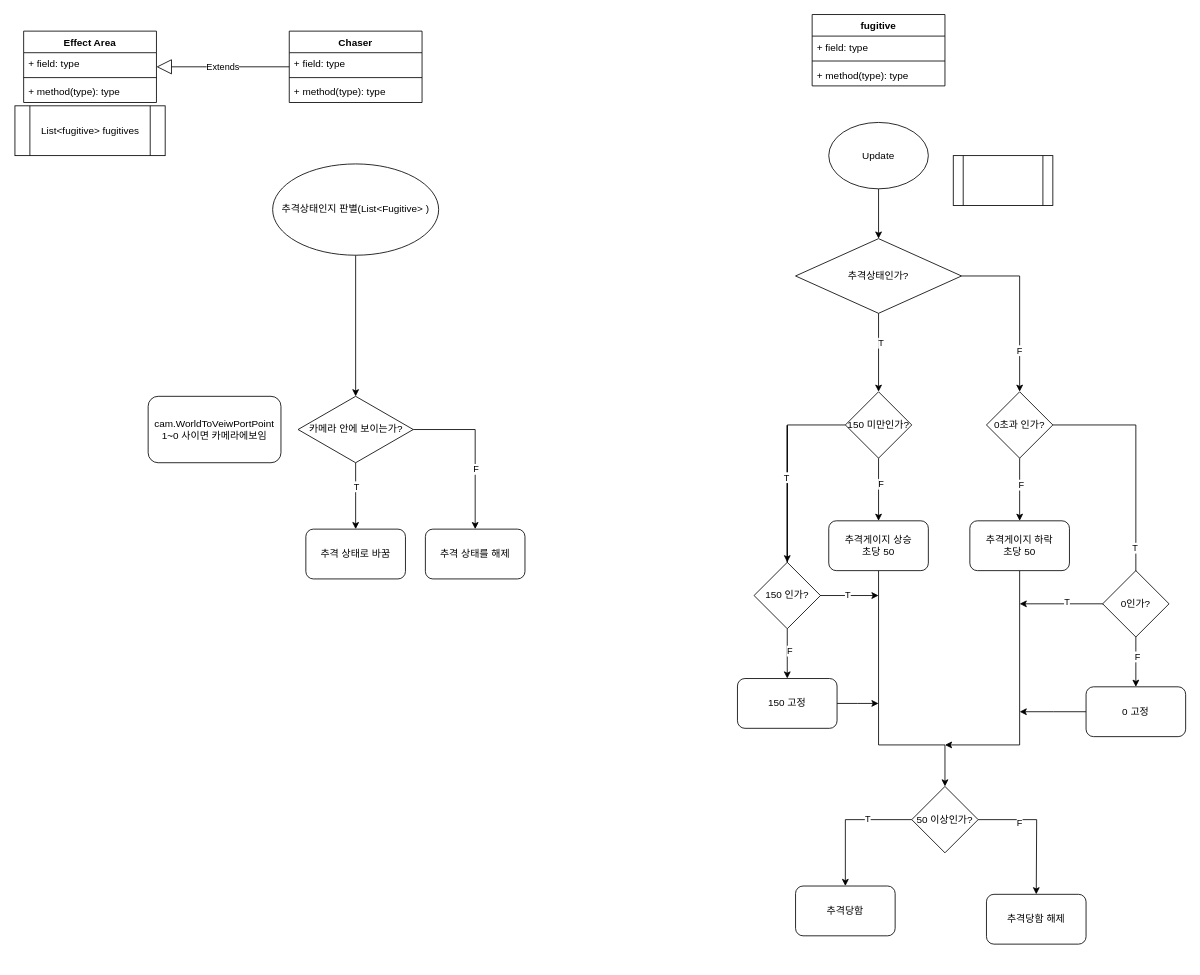
Before: Docs/FlowChart/추격.drawio in qbzjs/2D-3D-, a draw.io diagram. Source tidied: cells renumbered, new cells numbered last; positions are measured from the earlier drawing's top-left corner, leaving out a move shared by most shapes. Both pictures are drawn from the tidied source at 83%, with x=0, y=0 at pixel (15, 14).
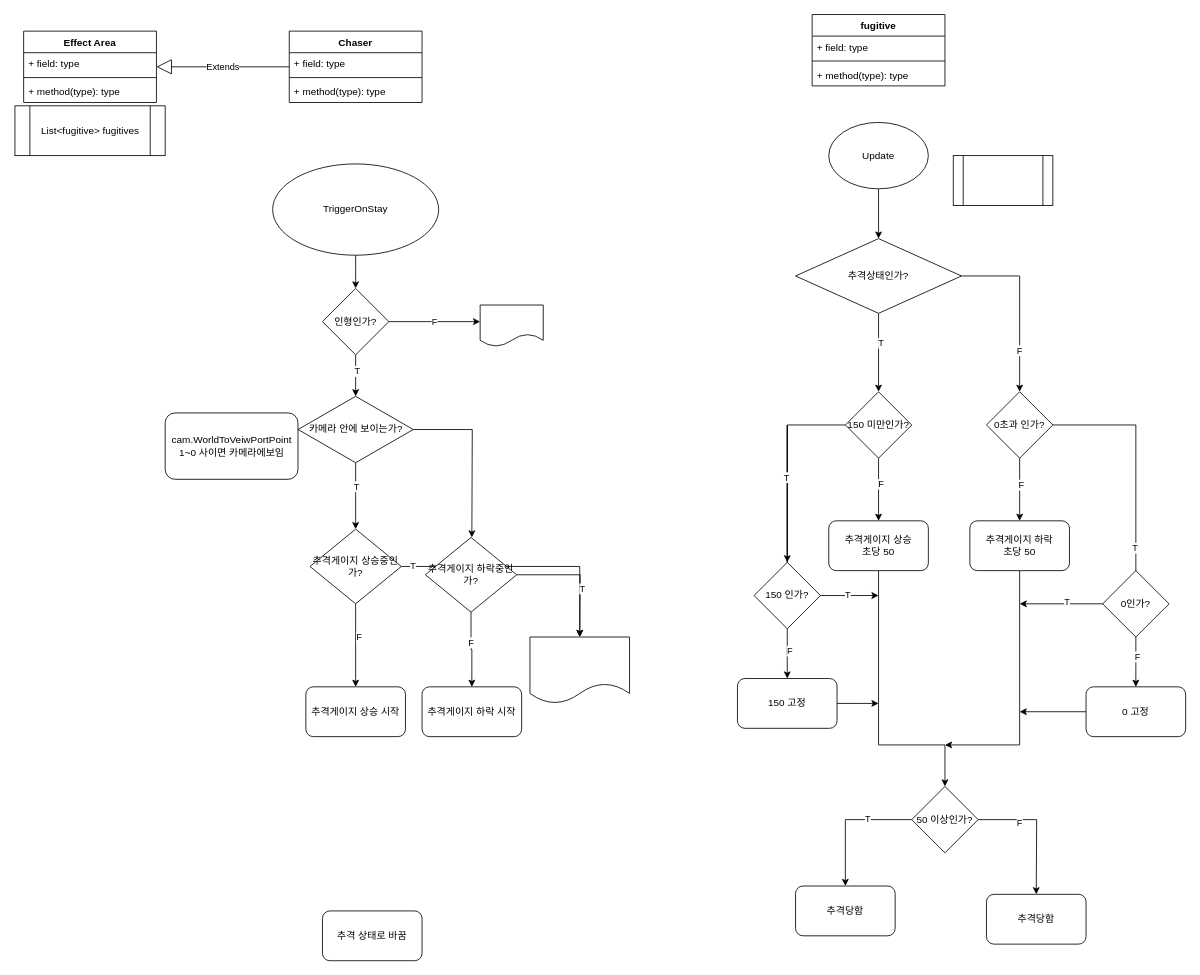
The same page after the edit.

The change refers to these unchanged cells:
```xml
<mxCell id="16" value="카메라 안에 보이는가?" style="rhombus;whiteSpace=wrap;html=1;" parent="1" vertex="1">
  <mxGeometry x="340.6" y="460" width="138.8" height="80" as="geometry" />
</mxCell>
```

The edit, as a diff of the source:
```diff
@@
-    <mxCell id="10" style="edgeStyle=orthogonalEdgeStyle;rounded=0;jettySize=auto;html=1;" parent="1" edge="1" source="11" target="16">
-      <mxGeometry relative="1" as="geometry" />
-    </mxCell>
+    <mxCell id="68" style="edgeStyle=orthogonalEdgeStyle;rounded=0;jettySize=auto;html=1;" parent="1" edge="1" source="11">
+      <mxGeometry relative="1" as="geometry">
+        <mxPoint x="410" y="330" as="targetPoint" />
+      </mxGeometry>
+    </mxCell>
-    <mxCell id="11" value="추격상태인지 판별(List&amp;lt;Fugitive&amp;gt; )" style="ellipse;whiteSpace=wrap;html=1;" parent="1" vertex="1">
+    <mxCell id="11" value="TriggerOnStay" style="ellipse;whiteSpace=wrap;html=1;" parent="1" vertex="1">
       <mxGeometry x="310" y="180" width="200" height="110" as="geometry" />
     </mxCell>
@@
-    <mxCell id="14" style="edgeStyle=orthogonalEdgeStyle;rounded=0;jettySize=auto;html=1;" parent="1" edge="1" source="16" target="18">
-      <mxGeometry relative="1" as="geometry" />
-    </mxCell>
-    <mxCell id="15" value="F" style="edgeLabel;html=1;align=center;verticalAlign=middle;" parent="14" vertex="1">
-      <mxGeometry x="0.25" relative="1" as="geometry" />
-    </mxCell>
+    <mxCell id="69" style="edgeStyle=orthogonalEdgeStyle;rounded=0;jettySize=auto;html=1;" parent="1" edge="1" source="16">
+      <mxGeometry relative="1" as="geometry">
+        <mxPoint x="550" y="630" as="targetPoint" />
+      </mxGeometry>
+    </mxCell>
@@
     <mxCell id="17" value="추격 상태로 바꿈" style="rounded=1;whiteSpace=wrap;html=1;" parent="1" vertex="1">
-      <mxGeometry x="350" y="620" width="120" height="60" as="geometry" />
+      <mxGeometry x="370" y="1080" width="120" height="60" as="geometry" />
     </mxCell>
-    <mxCell id="18" value="추격 상태를 해제" style="rounded=1;whiteSpace=wrap;html=1;" parent="1" vertex="1">
-      <mxGeometry x="494" y="620" width="120" height="60" as="geometry" />
+    <mxCell id="18" value="추격게이지 하락 시작" style="rounded=1;whiteSpace=wrap;html=1;" parent="1" vertex="1">
+      <mxGeometry x="490" y="810" width="120" height="60" as="geometry" />
     </mxCell>
@@
     <mxCell id="27" value="cam.WorldToVeiwPortPoint&lt;br&gt;1~0 사이면 카메라에보임" style="rounded=1;whiteSpace=wrap;html=1;" parent="1" vertex="1">
-      <mxGeometry x="160" y="460" width="160" height="80" as="geometry" />
+      <mxGeometry x="180.5" y="480" width="160" height="80" as="geometry" />
     </mxCell>
@@
-    <mxCell id="67" value="추격당함 해제" style="rounded=1;whiteSpace=wrap;html=1;" parent="1" vertex="1">
+    <mxCell id="67" value="추격당함" style="rounded=1;whiteSpace=wrap;html=1;" parent="1" vertex="1">
       <mxGeometry x="1170" y="1060" width="120" height="60" as="geometry" />
     </mxCell>
+    <mxCell id="70" value="추격게이지 상승 시작" style="rounded=1;whiteSpace=wrap;html=1;" parent="1" vertex="1">
+      <mxGeometry x="350" y="810" width="120" height="60" as="geometry" />
+    </mxCell>
+    <mxCell id="71" value="F" style="edgeStyle=orthogonalEdgeStyle;rounded=0;jettySize=auto;html=1;" parent="1" edge="1" source="74">
+      <mxGeometry relative="1" as="geometry">
+        <mxPoint x="560" y="370" as="targetPoint" />
+      </mxGeometry>
+    </mxCell>
+    <mxCell id="72" style="edgeStyle=orthogonalEdgeStyle;rounded=0;jettySize=auto;html=1;" parent="1" edge="1" source="74" target="16">
+      <mxGeometry relative="1" as="geometry" />
+    </mxCell>
+    <mxCell id="73" value="T" style="edgeLabel;html=1;align=center;verticalAlign=middle;" parent="72" vertex="1">
+      <mxGeometry x="-0.23" y="1" relative="1" as="geometry" />
+    </mxCell>
+    <mxCell id="74" value="인형인가?" style="rhombus;whiteSpace=wrap;html=1;" parent="1" vertex="1">
+      <mxGeometry x="370" y="330" width="80" height="80" as="geometry" />
+    </mxCell>
+    <mxCell id="75" style="shape=document;whiteSpace=wrap;html=1;boundedLbl=1;" parent="1" vertex="1">
+      <mxGeometry x="560" y="350" width="76" height="50" as="geometry" />
+    </mxCell>
+    <mxCell id="76" style="edgeStyle=orthogonalEdgeStyle;rounded=0;jettySize=auto;html=1;entryX=0.5;entryY=0;entryDx=0;entryDy=0;" parent="1" edge="1" source="80" target="70">
+      <mxGeometry relative="1" as="geometry" />
+    </mxCell>
+    <mxCell id="77" value="F" style="edgeLabel;html=1;align=center;verticalAlign=middle;" parent="76" vertex="1">
+      <mxGeometry x="-0.23" y="3" relative="1" as="geometry" />
+    </mxCell>
+    <mxCell id="78" style="edgeStyle=orthogonalEdgeStyle;rounded=0;jettySize=auto;html=1;entryX=0.5;entryY=0;entryDx=0;entryDy=0;" parent="1" edge="1" source="80" target="86">
+      <mxGeometry relative="1" as="geometry" />
+    </mxCell>
+    <mxCell id="79" value="T" style="edgeLabel;html=1;align=center;verticalAlign=middle;" parent="78" vertex="1">
+      <mxGeometry x="-0.91" y="2" relative="1" as="geometry" />
+    </mxCell>
+    <mxCell id="80" value="추격게이지 상승중인가?" style="rhombus;whiteSpace=wrap;html=1;" parent="1" vertex="1">
+      <mxGeometry x="355" y="620" width="110" height="90" as="geometry" />
+    </mxCell>
+    <mxCell id="81" style="edgeStyle=orthogonalEdgeStyle;rounded=0;jettySize=auto;html=1;" parent="1" edge="1" source="85" target="18">
+      <mxGeometry relative="1" as="geometry" />
+    </mxCell>
+    <mxCell id="82" value="F" style="edgeLabel;html=1;align=center;verticalAlign=middle;" parent="81" vertex="1">
+      <mxGeometry x="-0.21" y="-1" relative="1" as="geometry" />
+    </mxCell>
+    <mxCell id="83" style="edgeStyle=orthogonalEdgeStyle;rounded=0;jettySize=auto;html=1;" parent="1" edge="1" source="85">
+      <mxGeometry relative="1" as="geometry">
+        <mxPoint x="680" y="750" as="targetPoint" />
+      </mxGeometry>
+    </mxCell>
+    <mxCell id="84" value="T" style="edgeLabel;html=1;align=center;verticalAlign=middle;" parent="83" vertex="1">
+      <mxGeometry x="0.23" y="2" relative="1" as="geometry" />
+    </mxCell>
+    <mxCell id="85" value="추격게이지 하락중인가?" style="rhombus;whiteSpace=wrap;html=1;" parent="1" vertex="1">
+      <mxGeometry x="494" y="630" width="110" height="90" as="geometry" />
+    </mxCell>
+    <mxCell id="86" style="shape=document;whiteSpace=wrap;html=1;boundedLbl=1;" parent="1" vertex="1">
+      <mxGeometry x="620" y="750" width="120" height="80" as="geometry" />
+    </mxCell>
```
